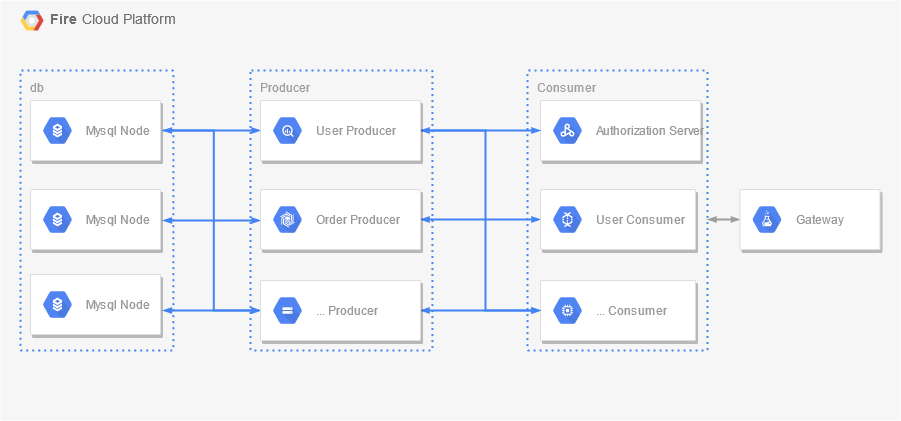
The draw.io diagram asserts/flow.png in beifei1/fire-cloud, before a commit. Source tidied: cells renumbered, new cells last; positions are measured from the earlier drawing's top-left corner, leaving out a move shared by most shapes. Its diagram source:
```xml
<mxGraphModel background="#ffffff">
  <root>
    <mxCell id="0" />
    <mxCell id="1" parent="0" />
    <mxCell id="2" value="&lt;b&gt;Fire &lt;/b&gt;Cloud Platform" style="fillColor=#F6F6F6;strokeColor=none;shadow=0;gradientColor=none;fontSize=14;align=left;spacing=10;fontColor=#717171;9E9E9E;verticalAlign=top;spacingTop=-4;fontStyle=0;spacingLeft=40;html=1;" parent="1" vertex="1">
      <mxGeometry width="900" height="420" as="geometry" />
    </mxCell>
    <mxCell id="3" style="shape=mxgraph.gcp2.google_cloud_platform;fillColor=#F6F6F6;strokeColor=none;shadow=0;gradientColor=none;" parent="2" vertex="1">
      <mxGeometry width="23" height="20" relative="1" as="geometry">
        <mxPoint x="20" y="10" as="offset" />
      </mxGeometry>
    </mxCell>
    <mxCell id="4" value="db" style="rounded=1;absoluteArcSize=1;arcSize=2;html=1;strokeColor=#4284F3;gradientColor=none;shadow=0;dashed=1;fontSize=12;fontColor=#9E9E9E;align=left;verticalAlign=top;spacing=10;spacingTop=-4;fillColor=none;dashPattern=1 2;strokeWidth=2;" parent="2" vertex="1">
      <mxGeometry x="20" y="70" width="152.8" height="280" as="geometry" />
    </mxCell>
    <mxCell id="5" style="edgeStyle=orthogonalEdgeStyle;rounded=0;html=1;labelBackgroundColor=none;startFill=1;startSize=4;endArrow=blockThin;endFill=1;endSize=4;jettySize=auto;orthogonalLoop=1;strokeColor=#4284F3;strokeWidth=2;fontSize=12;fontColor=#000000;align=center;dashed=0;" parent="2" edge="1">
      <mxGeometry relative="1" as="geometry">
        <mxPoint x="162.4" y="130" as="sourcePoint" />
        <mxPoint x="260" y="130" as="targetPoint" />
      </mxGeometry>
    </mxCell>
    <mxCell id="6" style="edgeStyle=orthogonalEdgeStyle;rounded=0;html=1;labelBackgroundColor=none;startFill=1;startSize=4;endArrow=blockThin;endFill=1;endSize=4;jettySize=auto;orthogonalLoop=1;strokeColor=#4284F3;strokeWidth=2;fontSize=12;fontColor=#000000;align=center;dashed=0;startArrow=blockThin;" parent="2" edge="1">
      <mxGeometry relative="1" as="geometry">
        <mxPoint x="162.4" y="220" as="sourcePoint" />
        <mxPoint x="260" y="220" as="targetPoint" />
      </mxGeometry>
    </mxCell>
    <mxCell id="7" style="edgeStyle=orthogonalEdgeStyle;rounded=0;html=1;labelBackgroundColor=none;startFill=1;startSize=4;endArrow=blockThin;endFill=1;endSize=4;jettySize=auto;orthogonalLoop=1;strokeColor=#4284F3;strokeWidth=2;fontSize=12;fontColor=#000000;align=center;dashed=0;startArrow=blockThin;" parent="2" edge="1">
      <mxGeometry relative="1" as="geometry">
        <mxPoint x="162.4" y="130" as="sourcePoint" />
        <mxPoint x="260" y="310" as="targetPoint" />
        <Array as="points">
          <mxPoint x="213.3" y="130" />
          <mxPoint x="213.3" y="310" />
        </Array>
      </mxGeometry>
    </mxCell>
    <mxCell id="8" style="edgeStyle=orthogonalEdgeStyle;rounded=0;html=1;labelBackgroundColor=none;startFill=1;startSize=4;endArrow=blockThin;endFill=1;endSize=4;jettySize=auto;orthogonalLoop=1;strokeColor=#4284F3;strokeWidth=2;fontSize=12;fontColor=#000000;align=center;dashed=0;startArrow=blockThin;" parent="2" edge="1">
      <mxGeometry relative="1" as="geometry">
        <mxPoint x="162.4" y="310" as="sourcePoint" />
        <mxPoint x="260" y="310" as="targetPoint" />
      </mxGeometry>
    </mxCell>
    <mxCell id="9" value="Producer" style="rounded=1;absoluteArcSize=1;arcSize=2;html=1;strokeColor=#4284F3;gradientColor=none;shadow=0;dashed=1;fontSize=12;fontColor=#9E9E9E;align=left;verticalAlign=top;spacing=10;spacingTop=-4;fillColor=none;dashPattern=1 2;strokeWidth=2;" parent="2" vertex="1">
      <mxGeometry x="250" y="70" width="181.9" height="280" as="geometry" />
    </mxCell>
    <mxCell id="10" value="Consumer" style="rounded=1;absoluteArcSize=1;arcSize=2;html=1;strokeColor=#4284F3;gradientColor=none;shadow=0;dashed=1;fontSize=12;fontColor=#9E9E9E;align=left;verticalAlign=top;spacing=10;spacingTop=-4;fillColor=none;dashPattern=1 2;strokeWidth=2;" parent="1" vertex="1">
      <mxGeometry x="527" y="70" width="180" height="280" as="geometry" />
    </mxCell>
    <mxCell id="11" style="edgeStyle=orthogonalEdgeStyle;rounded=0;html=1;labelBackgroundColor=none;startFill=1;startSize=4;endArrow=blockThin;endFill=1;endSize=4;jettySize=auto;strokeColor=#4284F3;strokeWidth=2;fontSize=12;fontColor=#000000;align=center;dashed=0;startArrow=blockThin;" parent="1" edge="1" source="12" target="20">
      <mxGeometry relative="1" as="geometry" />
    </mxCell>
    <mxCell id="12" style="strokeColor=#dddddd;fillColor=#ffffff;shadow=1;strokeWidth=1;rounded=1;absoluteArcSize=1;arcSize=2;fontSize=10;fontColor=#9E9E9E;align=center;html=1;" parent="1" vertex="1">
      <mxGeometry x="260" y="189" width="160" height="60" as="geometry" />
    </mxCell>
    <mxCell id="13" value="Order Producer" style="dashed=0;html=1;fillColor=#5184F3;strokeColor=none;shape=mxgraph.gcp2.hexIcon;prIcon=cloud_bigtable;labelPosition=right;verticalLabelPosition=middle;align=left;verticalAlign=middle;spacingLeft=5;fontColor=#999999;fontSize=12;" parent="12" vertex="1">
      <mxGeometry y="0.5" width="44" height="39" relative="1" as="geometry">
        <mxPoint x="5" y="-19.5" as="offset" />
      </mxGeometry>
    </mxCell>
    <mxCell id="14" style="edgeStyle=orthogonalEdgeStyle;rounded=0;html=1;labelBackgroundColor=none;startFill=1;startSize=4;endArrow=blockThin;endFill=1;endSize=4;jettySize=auto;strokeColor=#4284F3;strokeWidth=2;fontSize=12;fontColor=#000000;align=center;dashed=0;startArrow=blockThin;" parent="1" edge="1" source="15" target="22">
      <mxGeometry relative="1" as="geometry" />
    </mxCell>
    <mxCell id="15" style="strokeColor=#dddddd;fillColor=#ffffff;shadow=1;strokeWidth=1;rounded=1;absoluteArcSize=1;arcSize=2;fontSize=10;fontColor=#9E9E9E;align=center;html=1;" parent="1" vertex="1">
      <mxGeometry x="260" y="280" width="160" height="60" as="geometry" />
    </mxCell>
    <mxCell id="16" value="... Producer" style="dashed=0;html=1;fillColor=#5184F3;strokeColor=none;shape=mxgraph.gcp2.hexIcon;prIcon=cloud_storage;labelPosition=right;verticalLabelPosition=middle;align=left;verticalAlign=middle;spacingLeft=5;fontColor=#999999;fontSize=12;" parent="15" vertex="1">
      <mxGeometry y="0.5" width="44" height="39" relative="1" as="geometry">
        <mxPoint x="5" y="-19.5" as="offset" />
      </mxGeometry>
    </mxCell>
    <mxCell id="17" style="strokeColor=#dddddd;fillColor=#ffffff;shadow=1;strokeWidth=1;rounded=1;absoluteArcSize=1;arcSize=2;fontSize=10;fontColor=#9E9E9E;align=center;html=1;" parent="1" vertex="1">
      <mxGeometry x="540" y="100" width="160" height="60" as="geometry" />
    </mxCell>
    <mxCell id="18" value="Authorization Server" style="dashed=0;html=1;fillColor=#5184F3;strokeColor=none;shape=mxgraph.gcp2.hexIcon;prIcon=cloud_dataproc;labelPosition=right;verticalLabelPosition=middle;align=left;verticalAlign=middle;spacingLeft=5;fontColor=#999999;fontSize=12;" parent="17" vertex="1">
      <mxGeometry y="0.5" width="44" height="39" relative="1" as="geometry">
        <mxPoint x="5" y="-19.5" as="offset" />
      </mxGeometry>
    </mxCell>
    <mxCell id="19" style="edgeStyle=orthogonalEdgeStyle;rounded=0;html=1;labelBackgroundColor=none;startFill=1;startSize=4;endArrow=blockThin;endFill=1;endSize=4;jettySize=auto;strokeColor=#9E9E9E;strokeWidth=2;fontSize=12;fontColor=#000000;align=center;dashed=0;startArrow=blockThin;" parent="1" edge="1" source="10" target="24">
      <mxGeometry relative="1" as="geometry">
        <Array as="points">
          <mxPoint x="715" y="219" />
          <mxPoint x="715" y="219" />
        </Array>
      </mxGeometry>
    </mxCell>
    <mxCell id="20" style="strokeColor=#dddddd;fillColor=#ffffff;shadow=1;strokeWidth=1;rounded=1;absoluteArcSize=1;arcSize=2;fontSize=10;fontColor=#9E9E9E;align=center;html=1;" parent="1" vertex="1">
      <mxGeometry x="540" y="189" width="155" height="60" as="geometry" />
    </mxCell>
    <mxCell id="21" value="User Consumer" style="dashed=0;html=1;fillColor=#5184F3;strokeColor=none;shape=mxgraph.gcp2.hexIcon;prIcon=cloud_dataflow;labelPosition=right;verticalLabelPosition=middle;align=left;verticalAlign=middle;spacingLeft=5;fontColor=#999999;fontSize=12;" parent="20" vertex="1">
      <mxGeometry y="0.5" width="44" height="39" relative="1" as="geometry">
        <mxPoint x="5" y="-19.5" as="offset" />
      </mxGeometry>
    </mxCell>
    <mxCell id="22" style="strokeColor=#dddddd;fillColor=#ffffff;shadow=1;strokeWidth=1;rounded=1;absoluteArcSize=1;arcSize=2;fontSize=10;fontColor=#9E9E9E;align=center;html=1;" parent="1" vertex="1">
      <mxGeometry x="540" y="280" width="155" height="60" as="geometry" />
    </mxCell>
    <mxCell id="23" value="... Consumer" style="dashed=0;html=1;fillColor=#5184F3;strokeColor=none;shape=mxgraph.gcp2.hexIcon;prIcon=compute_engine;labelPosition=right;verticalLabelPosition=middle;align=left;verticalAlign=middle;spacingLeft=5;fontColor=#999999;fontSize=12;" parent="22" vertex="1">
      <mxGeometry y="0.5" width="44" height="39" relative="1" as="geometry">
        <mxPoint x="5" y="-19.5" as="offset" />
      </mxGeometry>
    </mxCell>
    <mxCell id="24" style="strokeColor=#dddddd;fillColor=#ffffff;shadow=1;strokeWidth=1;rounded=1;absoluteArcSize=1;arcSize=2;fontSize=10;fontColor=#9E9E9E;align=center;html=1;" parent="1" vertex="1">
      <mxGeometry x="739.5" y="189" width="140" height="60" as="geometry" />
    </mxCell>
    <mxCell id="25" value="Gateway" style="dashed=0;html=1;fillColor=#5184F3;strokeColor=none;shape=mxgraph.gcp2.hexIcon;prIcon=cloud_datalab;labelPosition=right;verticalLabelPosition=middle;align=left;verticalAlign=middle;spacingLeft=5;fontColor=#999999;fontSize=12;" parent="24" vertex="1">
      <mxGeometry y="0.5" width="44" height="39" relative="1" as="geometry">
        <mxPoint x="5" y="-19.5" as="offset" />
      </mxGeometry>
    </mxCell>
    <mxCell id="26" style="edgeStyle=orthogonalEdgeStyle;rounded=0;html=1;labelBackgroundColor=none;startFill=1;startSize=4;endArrow=blockThin;endFill=1;endSize=4;jettySize=auto;strokeColor=#4284F3;strokeWidth=2;fontSize=12;fontColor=#000000;align=center;dashed=0;" parent="1" edge="1" source="28" target="17">
      <mxGeometry relative="1" as="geometry" />
    </mxCell>
    <mxCell id="27" style="edgeStyle=orthogonalEdgeStyle;rounded=0;html=1;labelBackgroundColor=none;startFill=1;startSize=4;endArrow=blockThin;endFill=1;endSize=4;jettySize=auto;strokeColor=#4284F3;strokeWidth=2;fontSize=12;fontColor=#000000;align=center;dashed=0;startArrow=blockThin;" parent="1" edge="1" source="28" target="22">
      <mxGeometry relative="1" as="geometry">
        <Array as="points">
          <mxPoint x="485" y="130" />
          <mxPoint x="485" y="310" />
        </Array>
      </mxGeometry>
    </mxCell>
    <mxCell id="28" style="strokeColor=#dddddd;fillColor=#ffffff;shadow=1;strokeWidth=1;rounded=1;absoluteArcSize=1;arcSize=2;fontSize=10;fontColor=#9E9E9E;align=center;html=1;" parent="1" vertex="1">
      <mxGeometry x="260" y="100" width="160" height="60" as="geometry" />
    </mxCell>
    <mxCell id="29" value="User Producer" style="dashed=0;html=1;fillColor=#5184F3;strokeColor=none;shape=mxgraph.gcp2.hexIcon;prIcon=bigquery;labelPosition=right;verticalLabelPosition=middle;align=left;verticalAlign=middle;spacingLeft=5;fontColor=#999999;fontSize=12;" parent="28" vertex="1">
      <mxGeometry y="0.5" width="44" height="39" relative="1" as="geometry">
        <mxPoint x="5" y="-19.5" as="offset" />
      </mxGeometry>
    </mxCell>
    <mxCell id="30" style="strokeColor=#dddddd;shadow=1;strokeWidth=1;rounded=1;absoluteArcSize=1;arcSize=2;" parent="1" vertex="1">
      <mxGeometry x="30" y="100" width="130" height="60" as="geometry" />
    </mxCell>
    <mxCell id="31" value="Mysql Node" style="dashed=0;html=1;fillColor=#5184F3;strokeColor=none;shape=mxgraph.gcp2.hexIcon;prIcon=cloud_sql;labelPosition=right;verticalLabelPosition=middle;align=left;verticalAlign=middle;spacingLeft=5;fontColor=#999999;fontSize=12;" parent="30" vertex="1">
      <mxGeometry y="0.5" width="44" height="39" relative="1" as="geometry">
        <mxPoint x="5" y="-19.5" as="offset" />
      </mxGeometry>
    </mxCell>
    <mxCell id="32" style="strokeColor=#dddddd;shadow=1;strokeWidth=1;rounded=1;absoluteArcSize=1;arcSize=2;" parent="1" vertex="1">
      <mxGeometry x="30" y="189" width="130" height="60" as="geometry" />
    </mxCell>
    <mxCell id="33" value="Mysql Node" style="dashed=0;html=1;fillColor=#5184F3;strokeColor=none;shape=mxgraph.gcp2.hexIcon;prIcon=cloud_sql;labelPosition=right;verticalLabelPosition=middle;align=left;verticalAlign=middle;spacingLeft=5;fontColor=#999999;fontSize=12;" parent="32" vertex="1">
      <mxGeometry y="0.5" width="44" height="39" relative="1" as="geometry">
        <mxPoint x="5" y="-19.5" as="offset" />
      </mxGeometry>
    </mxCell>
    <mxCell id="34" style="strokeColor=#dddddd;shadow=1;strokeWidth=1;rounded=1;absoluteArcSize=1;arcSize=2;" parent="1" vertex="1">
      <mxGeometry x="30" y="274" width="130" height="60" as="geometry" />
    </mxCell>
    <mxCell id="35" value="Mysql Node" style="dashed=0;html=1;fillColor=#5184F3;strokeColor=none;shape=mxgraph.gcp2.hexIcon;prIcon=cloud_sql;labelPosition=right;verticalLabelPosition=middle;align=left;verticalAlign=middle;spacingLeft=5;fontColor=#999999;fontSize=12;" parent="34" vertex="1">
      <mxGeometry y="0.5" width="44" height="39" relative="1" as="geometry">
        <mxPoint x="5" y="-19.5" as="offset" />
      </mxGeometry>
    </mxCell>
  </root>
</mxGraphModel>
```
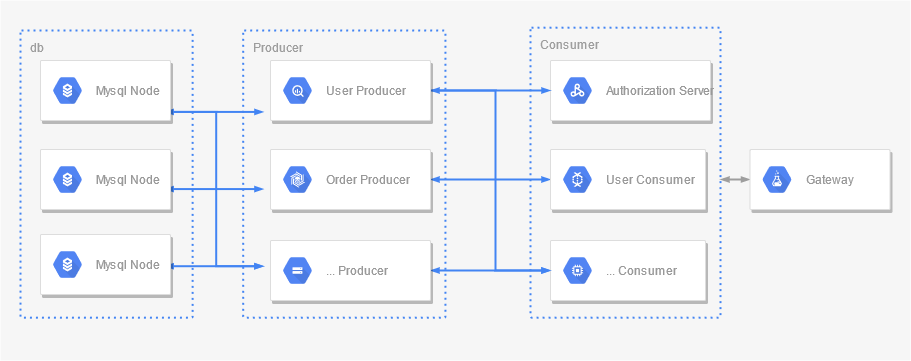
Later version of the same file.

The edit, as a diff of the source:
```diff
@@ -2,50 +2,45 @@
   <root>
     <mxCell id="0" />
     <mxCell id="1" parent="0" />
-    <mxCell id="2" value="&lt;b&gt;Fire &lt;/b&gt;Cloud Platform" style="fillColor=#F6F6F6;strokeColor=none;shadow=0;gradientColor=none;fontSize=14;align=left;spacing=10;fontColor=#717171;9E9E9E;verticalAlign=top;spacingTop=-4;fontStyle=0;spacingLeft=40;html=1;" parent="1" vertex="1">
-      <mxGeometry width="900" height="420" as="geometry" />
+    <mxCell id="2" style="fillColor=#F6F6F6;strokeColor=none;shadow=0;gradientColor=none;fontSize=14;align=left;spacing=10;fontColor=#717171;9E9E9E;verticalAlign=top;spacingTop=-4;fontStyle=0;spacingLeft=40;html=1;" parent="1" vertex="1">
+      <mxGeometry x="-10" y="40" width="910" height="360" as="geometry" />
     </mxCell>
-    <mxCell id="3" style="shape=mxgraph.gcp2.google_cloud_platform;fillColor=#F6F6F6;strokeColor=none;shadow=0;gradientColor=none;" parent="2" vertex="1">
-      <mxGeometry width="23" height="20" relative="1" as="geometry">
-        <mxPoint x="20" y="10" as="offset" />
-      </mxGeometry>
-    </mxCell>
     <mxCell id="4" value="db" style="rounded=1;absoluteArcSize=1;arcSize=2;html=1;strokeColor=#4284F3;gradientColor=none;shadow=0;dashed=1;fontSize=12;fontColor=#9E9E9E;align=left;verticalAlign=top;spacing=10;spacingTop=-4;fillColor=none;dashPattern=1 2;strokeWidth=2;" parent="2" vertex="1">
-      <mxGeometry x="20" y="70" width="152.8" height="280" as="geometry" />
+      <mxGeometry x="20" y="30" width="172.1" height="287.1" as="geometry" />
     </mxCell>
     <mxCell id="5" style="edgeStyle=orthogonalEdgeStyle;rounded=0;html=1;labelBackgroundColor=none;startFill=1;startSize=4;endArrow=blockThin;endFill=1;endSize=4;jettySize=auto;orthogonalLoop=1;strokeColor=#4284F3;strokeWidth=2;fontSize=12;fontColor=#000000;align=center;dashed=0;" parent="2" edge="1">
       <mxGeometry relative="1" as="geometry">
-        <mxPoint x="162.4" y="130" as="sourcePoint" />
-        <mxPoint x="260" y="130" as="targetPoint" />
+        <mxPoint x="164.2" y="111.4" as="sourcePoint" />
+        <mxPoint x="262.9" y="111.4" as="targetPoint" />
       </mxGeometry>
     </mxCell>
     <mxCell id="6" style="edgeStyle=orthogonalEdgeStyle;rounded=0;html=1;labelBackgroundColor=none;startFill=1;startSize=4;endArrow=blockThin;endFill=1;endSize=4;jettySize=auto;orthogonalLoop=1;strokeColor=#4284F3;strokeWidth=2;fontSize=12;fontColor=#000000;align=center;dashed=0;startArrow=blockThin;" parent="2" edge="1">
       <mxGeometry relative="1" as="geometry">
-        <mxPoint x="162.4" y="220" as="sourcePoint" />
-        <mxPoint x="260" y="220" as="targetPoint" />
+        <mxPoint x="164.2" y="188.6" as="sourcePoint" />
+        <mxPoint x="262.9" y="188.6" as="targetPoint" />
       </mxGeometry>
     </mxCell>
     <mxCell id="7" style="edgeStyle=orthogonalEdgeStyle;rounded=0;html=1;labelBackgroundColor=none;startFill=1;startSize=4;endArrow=blockThin;endFill=1;endSize=4;jettySize=auto;orthogonalLoop=1;strokeColor=#4284F3;strokeWidth=2;fontSize=12;fontColor=#000000;align=center;dashed=0;startArrow=blockThin;" parent="2" edge="1">
       <mxGeometry relative="1" as="geometry">
-        <mxPoint x="162.4" y="130" as="sourcePoint" />
-        <mxPoint x="260" y="310" as="targetPoint" />
+        <mxPoint x="164.2" y="111.4" as="sourcePoint" />
+        <mxPoint x="262.9" y="265.7" as="targetPoint" />
         <Array as="points">
-          <mxPoint x="213.3" y="130" />
-          <mxPoint x="213.3" y="310" />
+          <mxPoint x="215.7" y="111.4" />
+          <mxPoint x="215.7" y="265.7" />
         </Array>
       </mxGeometry>
     </mxCell>
     <mxCell id="8" style="edgeStyle=orthogonalEdgeStyle;rounded=0;html=1;labelBackgroundColor=none;startFill=1;startSize=4;endArrow=blockThin;endFill=1;endSize=4;jettySize=auto;orthogonalLoop=1;strokeColor=#4284F3;strokeWidth=2;fontSize=12;fontColor=#000000;align=center;dashed=0;startArrow=blockThin;" parent="2" edge="1">
       <mxGeometry relative="1" as="geometry">
-        <mxPoint x="162.4" y="310" as="sourcePoint" />
-        <mxPoint x="260" y="310" as="targetPoint" />
+        <mxPoint x="164.2" y="265.7" as="sourcePoint" />
+        <mxPoint x="262.9" y="265.7" as="targetPoint" />
       </mxGeometry>
     </mxCell>
     <mxCell id="9" value="Producer" style="rounded=1;absoluteArcSize=1;arcSize=2;html=1;strokeColor=#4284F3;gradientColor=none;shadow=0;dashed=1;fontSize=12;fontColor=#9E9E9E;align=left;verticalAlign=top;spacing=10;spacingTop=-4;fillColor=none;dashPattern=1 2;strokeWidth=2;" parent="2" vertex="1">
-      <mxGeometry x="250" y="70" width="181.9" height="280" as="geometry" />
+      <mxGeometry x="242.7" y="30" width="202.2" height="287.1" as="geometry" />
     </mxCell>
-    <mxCell id="10" value="Consumer" style="rounded=1;absoluteArcSize=1;arcSize=2;html=1;strokeColor=#4284F3;gradientColor=none;shadow=0;dashed=1;fontSize=12;fontColor=#9E9E9E;align=left;verticalAlign=top;spacing=10;spacingTop=-4;fillColor=none;dashPattern=1 2;strokeWidth=2;" parent="1" vertex="1">
-      <mxGeometry x="527" y="70" width="180" height="280" as="geometry" />
+    <mxCell id="10" value="Consumer" style="rounded=1;absoluteArcSize=1;arcSize=2;html=1;strokeColor=#4284F3;gradientColor=none;shadow=0;dashed=1;fontSize=12;fontColor=#9E9E9E;align=left;verticalAlign=top;spacing=10;spacingTop=-4;fillColor=none;dashPattern=1 2;strokeWidth=2;" parent="2" vertex="1">
+      <mxGeometry x="530" y="27.1" width="190" height="290" as="geometry" />
     </mxCell>
     <mxCell id="11" style="edgeStyle=orthogonalEdgeStyle;rounded=0;html=1;labelBackgroundColor=none;startFill=1;startSize=4;endArrow=blockThin;endFill=1;endSize=4;jettySize=auto;strokeColor=#4284F3;strokeWidth=2;fontSize=12;fontColor=#000000;align=center;dashed=0;startArrow=blockThin;" parent="1" edge="1" source="12" target="20">
       <mxGeometry relative="1" as="geometry" />
```
